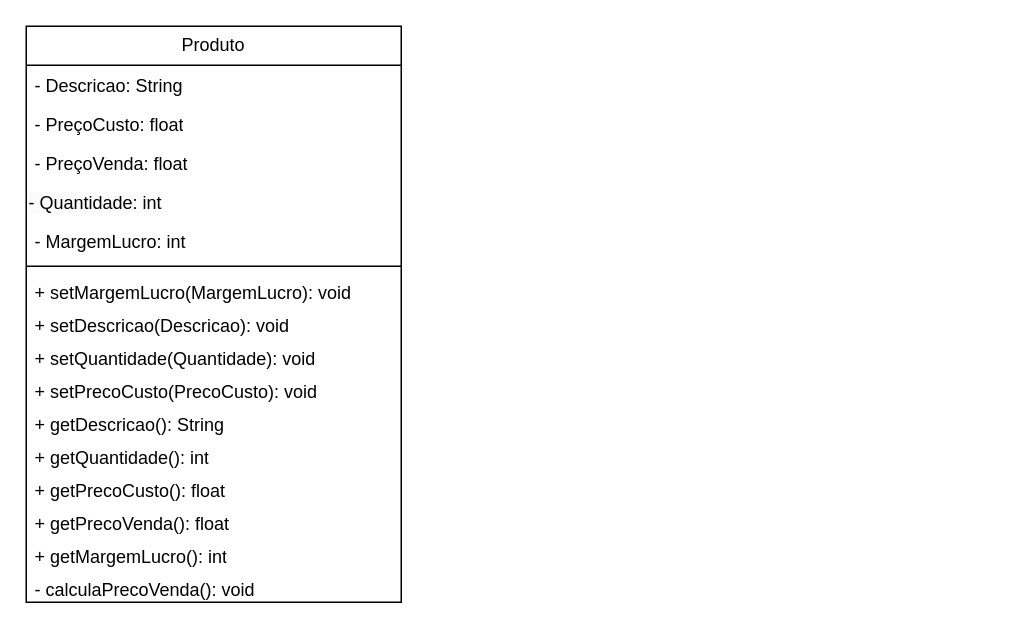
DisciplinasProgramacao/projeto1-grupo-07 keeps this draw.io diagram as docs/diagramas/Projeto1LPM.drawio. Above is the earlier version. Source tidied: cells renumbered, new cells numbered last; positions are measured from the earlier drawing's top-left corner, leaving out a move shared by most shapes. Both pictures are drawn from the tidied source at 150%, with x=0, y=0 at pixel (26, 26).
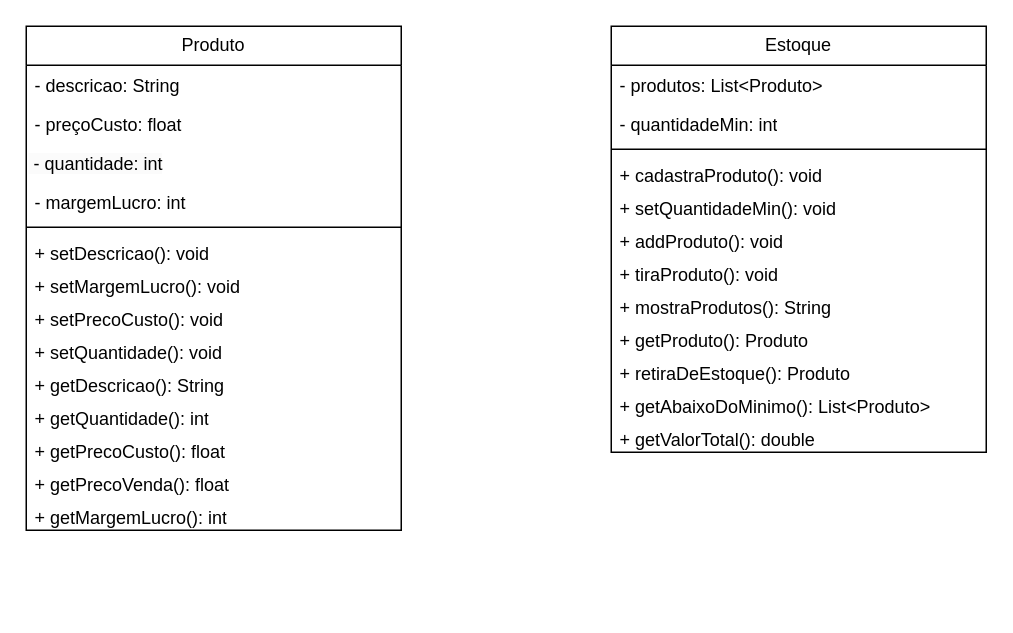
The same page after the edit.

Change to the diagram source:
```diff
@@
     <mxCell id="2" value="Produto&lt;br&gt;" style="swimlane;fontStyle=0;horizontal=1;startSize=26;fillColor=none;whiteSpace=wrap;html=1;" parent="1" vertex="1">
-      <mxGeometry width="250" height="384" as="geometry" />
+      <mxGeometry width="250" height="336" as="geometry" />
     </mxCell>
-    <mxCell id="3" value="- Descricao: String" style="text;strokeColor=none;fillColor=none;align=left;verticalAlign=top;spacingLeft=4;spacingRight=4;overflow=hidden;whiteSpace=wrap;html=1;" parent="2" vertex="1">
+    <mxCell id="3" value="- descricao: String" style="text;strokeColor=none;fillColor=none;align=left;verticalAlign=top;spacingLeft=4;spacingRight=4;overflow=hidden;whiteSpace=wrap;html=1;" parent="2" vertex="1">
       <mxGeometry y="26" width="250" height="26" as="geometry" />
     </mxCell>
-    <mxCell id="4" value="- PreçoCusto: float" style="text;strokeColor=none;fillColor=none;align=left;verticalAlign=top;spacingLeft=4;spacingRight=4;overflow=hidden;whiteSpace=wrap;html=1;" parent="2" vertex="1">
+    <mxCell id="4" value="- preçoCusto: float" style="text;strokeColor=none;fillColor=none;align=left;verticalAlign=top;spacingLeft=4;spacingRight=4;overflow=hidden;whiteSpace=wrap;html=1;" parent="2" vertex="1">
       <mxGeometry y="52" width="250" height="26" as="geometry" />
     </mxCell>
-    <mxCell id="5" value="- PreçoVenda: float" style="text;strokeColor=none;fillColor=none;align=left;verticalAlign=top;spacingLeft=4;spacingRight=4;overflow=hidden;whiteSpace=wrap;html=1;" parent="2" vertex="1">
-      <mxGeometry y="78" width="250" height="26" as="geometry" />
-    </mxCell>
-    <mxCell id="6" value="&lt;span style=&quot;color: rgb(0, 0, 0); font-family: Helvetica; font-size: 12px; font-style: normal; font-variant-ligatures: normal; font-variant-caps: normal; font-weight: 400; letter-spacing: normal; orphans: 2; text-align: left; text-indent: 0px; text-transform: none; widows: 2; word-spacing: 0px; -webkit-text-stroke-width: 0px; background-color: rgb(251, 251, 251); text-decoration-thickness: initial; text-decoration-style: initial; text-decoration-color: initial; float: none; display: inline !important;&quot;&gt;- Quantidade: int&lt;/span&gt;" style="text;whiteSpace=wrap;html=1;" parent="2" vertex="1">
-      <mxGeometry y="104" width="250" height="26" as="geometry" />
+    <mxCell id="6" value="&lt;span style=&quot;color: rgb(0, 0, 0); font-family: Helvetica; font-size: 12px; font-style: normal; font-variant-ligatures: normal; font-variant-caps: normal; font-weight: 400; letter-spacing: normal; orphans: 2; text-align: left; text-indent: 0px; text-transform: none; widows: 2; word-spacing: 0px; -webkit-text-stroke-width: 0px; background-color: rgb(251, 251, 251); text-decoration-thickness: initial; text-decoration-style: initial; text-decoration-color: initial; float: none; display: inline !important;&quot;&gt;&amp;nbsp;- quantidade: int&lt;/span&gt;" style="text;whiteSpace=wrap;html=1;" parent="2" vertex="1">
+      <mxGeometry y="78" width="250" height="26" as="geometry" />
     </mxCell>
-    <mxCell id="7" value="- MargemLucro: int" style="text;strokeColor=none;fillColor=none;align=left;verticalAlign=top;spacingLeft=4;spacingRight=4;overflow=hidden;whiteSpace=wrap;html=1;" parent="2" vertex="1">
-      <mxGeometry y="130" width="250" height="26" as="geometry" />
+    <mxCell id="7" value="- margemLucro: int" style="text;strokeColor=none;fillColor=none;align=left;verticalAlign=top;spacingLeft=4;spacingRight=4;overflow=hidden;whiteSpace=wrap;html=1;" parent="2" vertex="1">
+      <mxGeometry y="104" width="250" height="26" as="geometry" />
     </mxCell>
     <mxCell id="8" style="line;strokeWidth=1;fillColor=none;align=left;verticalAlign=middle;spacingTop=-1;spacingLeft=3;spacingRight=3;labelPosition=right;strokeColor=inherit;" parent="2" vertex="1">
-      <mxGeometry y="156" width="250" height="8" as="geometry" />
+      <mxGeometry y="130" width="250" height="8" as="geometry" />
     </mxCell>
+    <mxCell id="10" value="+ setDescricao(): void" style="text;strokeColor=none;fillColor=none;align=left;verticalAlign=top;spacingLeft=4;spacingRight=4;overflow=hidden;whiteSpace=wrap;html=1;" parent="2" vertex="1">
+      <mxGeometry y="138" width="250" height="22" as="geometry" />
+    </mxCell>
-    <mxCell id="9" value="+ setMargemLucro(MargemLucro): void" style="text;strokeColor=none;fillColor=none;align=left;verticalAlign=top;spacingLeft=4;spacingRight=4;overflow=hidden;whiteSpace=wrap;html=1;" parent="2" vertex="1">
-      <mxGeometry y="164" width="250" height="22" as="geometry" />
+    <mxCell id="9" value="+ setMargemLucro(): void" style="text;strokeColor=none;fillColor=none;align=left;verticalAlign=top;spacingLeft=4;spacingRight=4;overflow=hidden;whiteSpace=wrap;html=1;" parent="2" vertex="1">
+      <mxGeometry y="160" width="250" height="22" as="geometry" />
     </mxCell>
-    <mxCell id="10" value="+ setDescricao(Descricao): void" style="text;strokeColor=none;fillColor=none;align=left;verticalAlign=top;spacingLeft=4;spacingRight=4;overflow=hidden;whiteSpace=wrap;html=1;" parent="2" vertex="1">
-      <mxGeometry y="186" width="250" height="22" as="geometry" />
-    </mxCell>
+    <mxCell id="12" value="+ setPrecoCusto(): void" style="text;strokeColor=none;fillColor=none;align=left;verticalAlign=top;spacingLeft=4;spacingRight=4;overflow=hidden;whiteSpace=wrap;html=1;" parent="2" vertex="1">
+      <mxGeometry y="182" width="250" height="22" as="geometry" />
+    </mxCell>
-    <mxCell id="11" value="+ setQuantidade(Quantidade): void" style="text;strokeColor=none;fillColor=none;align=left;verticalAlign=top;spacingLeft=4;spacingRight=4;overflow=hidden;whiteSpace=wrap;html=1;" parent="2" vertex="1">
-      <mxGeometry y="208" width="250" height="22" as="geometry" />
+    <mxCell id="11" value="+ setQuantidade(): void" style="text;strokeColor=none;fillColor=none;align=left;verticalAlign=top;spacingLeft=4;spacingRight=4;overflow=hidden;whiteSpace=wrap;html=1;" parent="2" vertex="1">
+      <mxGeometry y="204" width="250" height="22" as="geometry" />
     </mxCell>
-    <mxCell id="12" value="+ setPrecoCusto(PrecoCusto): void" style="text;strokeColor=none;fillColor=none;align=left;verticalAlign=top;spacingLeft=4;spacingRight=4;overflow=hidden;whiteSpace=wrap;html=1;" parent="2" vertex="1">
-      <mxGeometry y="230" width="250" height="22" as="geometry" />
-    </mxCell>
     <mxCell id="13" value="+ getDescricao(): String" style="text;strokeColor=none;fillColor=none;align=left;verticalAlign=top;spacingLeft=4;spacingRight=4;overflow=hidden;whiteSpace=wrap;html=1;" parent="2" vertex="1">
-      <mxGeometry y="252" width="250" height="22" as="geometry" />
+      <mxGeometry y="226" width="250" height="22" as="geometry" />
     </mxCell>
     <mxCell id="14" value="+ getQuantidade(): int" style="text;strokeColor=none;fillColor=none;align=left;verticalAlign=top;spacingLeft=4;spacingRight=4;overflow=hidden;whiteSpace=wrap;html=1;" parent="2" vertex="1">
-      <mxGeometry y="274" width="250" height="22" as="geometry" />
+      <mxGeometry y="248" width="250" height="22" as="geometry" />
     </mxCell>
     <mxCell id="15" value="+ getPrecoCusto(): float" style="text;strokeColor=none;fillColor=none;align=left;verticalAlign=top;spacingLeft=4;spacingRight=4;overflow=hidden;whiteSpace=wrap;html=1;" parent="2" vertex="1">
-      <mxGeometry y="296" width="250" height="22" as="geometry" />
+      <mxGeometry y="270" width="250" height="22" as="geometry" />
     </mxCell>
     <mxCell id="16" value="+ getPrecoVenda(): float" style="text;strokeColor=none;fillColor=none;align=left;verticalAlign=top;spacingLeft=4;spacingRight=4;overflow=hidden;whiteSpace=wrap;html=1;" parent="2" vertex="1">
-      <mxGeometry y="318" width="250" height="22" as="geometry" />
+      <mxGeometry y="292" width="250" height="22" as="geometry" />
     </mxCell>
     <mxCell id="17" value="+ getMargemLucro(): int" style="text;strokeColor=none;fillColor=none;align=left;verticalAlign=top;spacingLeft=4;spacingRight=4;overflow=hidden;whiteSpace=wrap;html=1;" parent="2" vertex="1">
-      <mxGeometry y="340" width="250" height="22" as="geometry" />
+      <mxGeometry y="314" width="250" height="22" as="geometry" />
     </mxCell>
-    <mxCell id="18" value="- calculaPrecoVenda(): void" style="text;strokeColor=none;fillColor=none;align=left;verticalAlign=top;spacingLeft=4;spacingRight=4;overflow=hidden;whiteSpace=wrap;html=1;" parent="2" vertex="1">
-      <mxGeometry y="362" width="250" height="22" as="geometry" />
-    </mxCell>
+    <mxCell id="19" value="Estoque" style="swimlane;fontStyle=0;horizontal=1;startSize=26;fillColor=none;whiteSpace=wrap;html=1;" parent="1" vertex="1">
+      <mxGeometry x="390" width="250" height="284" as="geometry" />
+    </mxCell>
+    <mxCell id="20" value="- produtos: List&amp;lt;Produto&amp;gt;" style="text;strokeColor=none;fillColor=none;align=left;verticalAlign=top;spacingLeft=4;spacingRight=4;overflow=hidden;whiteSpace=wrap;html=1;" parent="19" vertex="1">
+      <mxGeometry y="26" width="250" height="26" as="geometry" />
+    </mxCell>
+    <mxCell id="21" value="- quantidadeMin: int" style="text;strokeColor=none;fillColor=none;align=left;verticalAlign=top;spacingLeft=4;spacingRight=4;overflow=hidden;whiteSpace=wrap;html=1;" parent="19" vertex="1">
+      <mxGeometry y="52" width="250" height="26" as="geometry" />
+    </mxCell>
+    <mxCell id="22" style="line;strokeWidth=1;fillColor=none;align=left;verticalAlign=middle;spacingTop=-1;spacingLeft=3;spacingRight=3;labelPosition=right;strokeColor=inherit;" parent="19" vertex="1">
+      <mxGeometry y="78" width="250" height="8" as="geometry" />
+    </mxCell>
+    <mxCell id="23" value="+ cadastraProduto(): void" style="text;strokeColor=none;fillColor=none;align=left;verticalAlign=top;spacingLeft=4;spacingRight=4;overflow=hidden;whiteSpace=wrap;html=1;" parent="19" vertex="1">
+      <mxGeometry y="86" width="250" height="22" as="geometry" />
+    </mxCell>
+    <mxCell id="24" value="+ setQuantidadeMin(): void" style="text;strokeColor=none;fillColor=none;align=left;verticalAlign=top;spacingLeft=4;spacingRight=4;overflow=hidden;whiteSpace=wrap;html=1;" parent="19" vertex="1">
+      <mxGeometry y="108" width="250" height="22" as="geometry" />
+    </mxCell>
+    <mxCell id="25" value="+ addProduto(): void" style="text;strokeColor=none;fillColor=none;align=left;verticalAlign=top;spacingLeft=4;spacingRight=4;overflow=hidden;whiteSpace=wrap;html=1;" parent="19" vertex="1">
+      <mxGeometry y="130" width="250" height="22" as="geometry" />
+    </mxCell>
+    <mxCell id="26" value="+ tiraProduto(): void" style="text;strokeColor=none;fillColor=none;align=left;verticalAlign=top;spacingLeft=4;spacingRight=4;overflow=hidden;whiteSpace=wrap;html=1;" parent="19" vertex="1">
+      <mxGeometry y="152" width="250" height="22" as="geometry" />
+    </mxCell>
+    <mxCell id="27" value="+ mostraProdutos(): String&lt;br&gt;" style="text;strokeColor=none;fillColor=none;align=left;verticalAlign=top;spacingLeft=4;spacingRight=4;overflow=hidden;whiteSpace=wrap;html=1;" parent="19" vertex="1">
+      <mxGeometry y="174" width="250" height="22" as="geometry" />
+    </mxCell>
+    <mxCell id="28" value="+ getProduto(): Produto" style="text;strokeColor=none;fillColor=none;align=left;verticalAlign=top;spacingLeft=4;spacingRight=4;overflow=hidden;whiteSpace=wrap;html=1;" parent="19" vertex="1">
+      <mxGeometry y="196" width="250" height="22" as="geometry" />
+    </mxCell>
+    <mxCell id="29" value="+ retiraDeEstoque(): Produto" style="text;strokeColor=none;fillColor=none;align=left;verticalAlign=top;spacingLeft=4;spacingRight=4;overflow=hidden;whiteSpace=wrap;html=1;" parent="19" vertex="1">
+      <mxGeometry y="218" width="250" height="22" as="geometry" />
+    </mxCell>
+    <mxCell id="30" value="+ getAbaixoDoMinimo(): List&amp;lt;Produto&amp;gt;" style="text;strokeColor=none;fillColor=none;align=left;verticalAlign=top;spacingLeft=4;spacingRight=4;overflow=hidden;whiteSpace=wrap;html=1;" parent="19" vertex="1">
+      <mxGeometry y="240" width="250" height="22" as="geometry" />
+    </mxCell>
+    <mxCell id="31" value="+ getValorTotal(): double" style="text;strokeColor=none;fillColor=none;align=left;verticalAlign=top;spacingLeft=4;spacingRight=4;overflow=hidden;whiteSpace=wrap;html=1;" parent="19" vertex="1">
+      <mxGeometry y="262" width="250" height="22" as="geometry" />
+    </mxCell>
```
